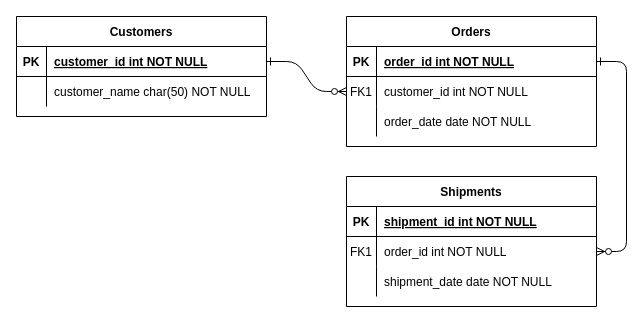
The draw.io diagram db/dbDiagram.drawio in dagreatcode/GADZ, before the edit. Source tidied: cells renumbered, new cells numbered last; positions are measured from the earlier drawing's top-left corner, leaving out a move shared by most shapes. Both pictures are drawn from the tidied source at 100%, with x=0, y=0 at pixel (16, 16).
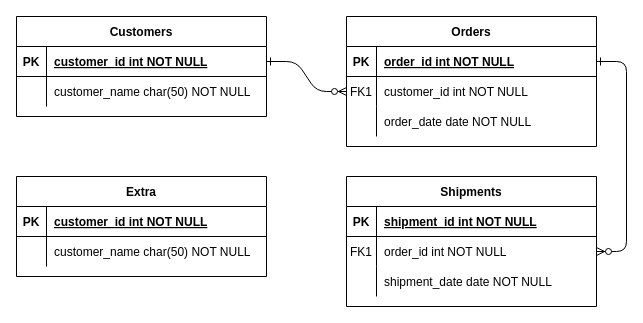
After the change.

Change to the diagram source:
```diff
@@
+    <mxCell id="31" value="Extra" style="shape=table;startSize=30;childLayout=tableLayout;rowLines=0;fontStyle=1;align=center;" parent="1" vertex="1">
+      <mxGeometry y="160" width="250" height="100" as="geometry" />
+    </mxCell>
+    <mxCell id="32" style="shape=partialRectangle;fillColor=none;top=0;left=0;right=0;bottom=1;" parent="31" vertex="1">
+      <mxGeometry y="30" width="250" height="30" as="geometry" />
+    </mxCell>
+    <mxCell id="33" value="PK" style="shape=partialRectangle;overflow=hidden;fillColor=none;top=0;left=0;bottom=0;right=0;fontStyle=1;" parent="32" vertex="1">
+      <mxGeometry width="30" height="30" as="geometry" />
+    </mxCell>
+    <mxCell id="34" value="customer_id int NOT NULL " style="shape=partialRectangle;overflow=hidden;fillColor=none;top=0;left=0;bottom=0;right=0;align=left;spacingLeft=6;fontStyle=5;" parent="32" vertex="1">
+      <mxGeometry x="30" width="220" height="30" as="geometry" />
+    </mxCell>
+    <mxCell id="35" style="shape=partialRectangle;fillColor=none;top=0;left=0;right=0;bottom=0;" parent="31" vertex="1">
+      <mxGeometry y="60" width="250" height="30" as="geometry" />
+    </mxCell>
+    <mxCell id="36" style="shape=partialRectangle;overflow=hidden;fillColor=none;top=0;left=0;bottom=0;right=0;" parent="35" vertex="1">
+      <mxGeometry width="30" height="30" as="geometry" />
+    </mxCell>
+    <mxCell id="37" value="customer_name char(50) NOT NULL" style="shape=partialRectangle;overflow=hidden;fillColor=none;top=0;left=0;bottom=0;right=0;align=left;spacingLeft=6;" parent="35" vertex="1">
+      <mxGeometry x="30" width="220" height="30" as="geometry" />
+    </mxCell>
```
